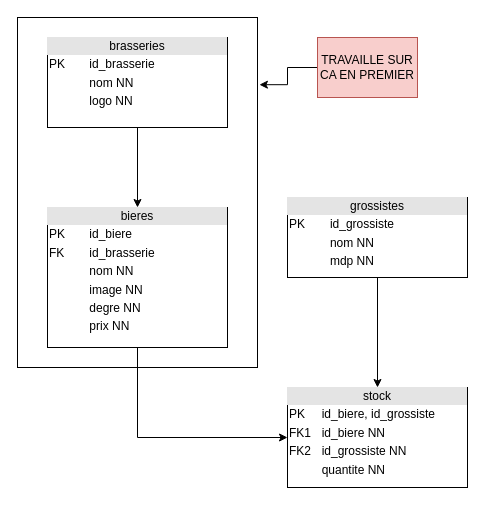
Before: page "DB" (4 of 4) of Analyse - gestion grasserie et grossiste.drawio in LucasLouies/HygieTest, a draw.io diagram. Source tidied: cells renumbered, new cells numbered last; positions are measured from the earlier drawing's top-left corner, leaving out a move shared by most shapes. Both pictures are drawn from the tidied source at 100%, with x=0, y=0 at pixel (17, 17).
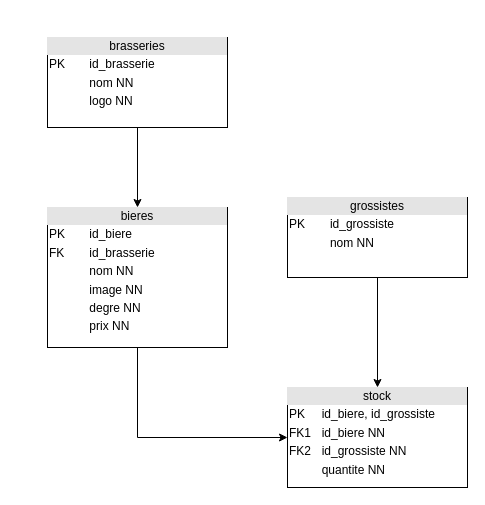
After the change.

What changed in the source:
```diff
@@
 <mxGraphModel>
   <root>
     <mxCell id="0" />
     <mxCell id="1" parent="0" />
-    <mxCell id="2" style="rounded=0;whiteSpace=wrap;html=1;" parent="1" vertex="1">
-      <mxGeometry width="240" height="350" as="geometry" />
-    </mxCell>
     <mxCell id="3" style="edgeStyle=orthogonalEdgeStyle;rounded=0;jettySize=auto;html=1;entryX=0;entryY=0.5;entryDx=0;entryDy=0;exitX=0.5;exitY=1;exitDx=0;exitDy=0;" parent="1" edge="1" source="4" target="9">
       <mxGeometry relative="1" as="geometry" />
     </mxCell>
     <mxCell id="4" value="&lt;div style=&quot;text-align: center; box-sizing: border-box; width: 100%; background: rgb(228, 228, 228); padding: 2px;&quot;&gt;bieres&lt;/div&gt;&lt;table style=&quot;width:100%;font-size:1em;&quot; cellpadding=&quot;2&quot; cellspacing=&quot;0&quot;&gt;&lt;tbody&gt;&lt;tr&gt;&lt;td&gt;PK&lt;/td&gt;&lt;td&gt;id_biere&lt;/td&gt;&lt;/tr&gt;&lt;tr&gt;&lt;td&gt;FK&lt;/td&gt;&lt;td&gt;id_brasserie&lt;/td&gt;&lt;/tr&gt;&lt;tr&gt;&lt;td&gt;&lt;br&gt;&lt;/td&gt;&lt;td&gt;nom NN&lt;/td&gt;&lt;/tr&gt;&lt;tr&gt;&lt;td&gt;&lt;/td&gt;&lt;td&gt;image NN&lt;/td&gt;&lt;/tr&gt;&lt;tr&gt;&lt;td&gt;&lt;br&gt;&lt;/td&gt;&lt;td&gt;degre NN&lt;/td&gt;&lt;/tr&gt;&lt;tr&gt;&lt;td&gt;&lt;br&gt;&lt;/td&gt;&lt;td&gt;prix NN&lt;/td&gt;&lt;/tr&gt;&lt;/tbody&gt;&lt;/table&gt;" style="verticalAlign=top;align=left;overflow=fill;html=1;" parent="1" vertex="1">
       <mxGeometry x="30" y="190" width="180" height="140" as="geometry" />
     </mxCell>
     <mxCell id="5" style="edgeStyle=orthogonalEdgeStyle;rounded=0;jettySize=auto;html=1;" parent="1" edge="1" source="6" target="9">
       <mxGeometry relative="1" as="geometry" />
     </mxCell>
-    <mxCell id="6" value="&lt;div style=&quot;text-align: center; box-sizing: border-box; width: 100%; background: rgb(228, 228, 228); padding: 2px;&quot;&gt;grossistes&lt;/div&gt;&lt;table style=&quot;width:100%;font-size:1em;&quot; cellpadding=&quot;2&quot; cellspacing=&quot;0&quot;&gt;&lt;tbody&gt;&lt;tr&gt;&lt;td&gt;PK&lt;/td&gt;&lt;td&gt;id_grossiste&lt;/td&gt;&lt;/tr&gt;&lt;tr&gt;&lt;td&gt;&lt;br&gt;&lt;/td&gt;&lt;td&gt;nom NN&lt;/td&gt;&lt;/tr&gt;&lt;tr&gt;&lt;td&gt;&lt;/td&gt;&lt;td&gt;mdp NN&lt;/td&gt;&lt;/tr&gt;&lt;/tbody&gt;&lt;/table&gt;" style="verticalAlign=top;align=left;overflow=fill;html=1;" parent="1" vertex="1">
+    <mxCell id="6" value="&lt;div style=&quot;text-align: center; box-sizing: border-box; width: 100%; background: rgb(228, 228, 228); padding: 2px;&quot;&gt;grossistes&lt;/div&gt;&lt;table style=&quot;width:100%;font-size:1em;&quot; cellpadding=&quot;2&quot; cellspacing=&quot;0&quot;&gt;&lt;tbody&gt;&lt;tr&gt;&lt;td&gt;PK&lt;/td&gt;&lt;td&gt;id_grossiste&lt;/td&gt;&lt;/tr&gt;&lt;tr&gt;&lt;td&gt;&lt;br&gt;&lt;/td&gt;&lt;td&gt;nom NN&lt;/td&gt;&lt;/tr&gt;&lt;/tbody&gt;&lt;/table&gt;" style="verticalAlign=top;align=left;overflow=fill;html=1;" parent="1" vertex="1">
       <mxGeometry x="270" y="180" width="180" height="80" as="geometry" />
     </mxCell>
     <mxCell id="7" style="edgeStyle=orthogonalEdgeStyle;rounded=0;jettySize=auto;html=1;entryX=0.5;entryY=0;entryDx=0;entryDy=0;" parent="1" edge="1" source="8" target="4">
       <mxGeometry relative="1" as="geometry" />
     </mxCell>
     <mxCell id="8" value="&lt;div style=&quot;text-align: center; box-sizing: border-box; width: 100%; background: rgb(228, 228, 228); padding: 2px;&quot;&gt;brasseries&lt;/div&gt;&lt;table style=&quot;width:100%;font-size:1em;&quot; cellpadding=&quot;2&quot; cellspacing=&quot;0&quot;&gt;&lt;tbody&gt;&lt;tr&gt;&lt;td&gt;PK&lt;/td&gt;&lt;td&gt;id_brasserie&lt;/td&gt;&lt;/tr&gt;&lt;tr&gt;&lt;td&gt;&lt;br&gt;&lt;/td&gt;&lt;td&gt;nom NN&lt;/td&gt;&lt;/tr&gt;&lt;tr&gt;&lt;td&gt;&lt;/td&gt;&lt;td&gt;logo NN&lt;/td&gt;&lt;/tr&gt;&lt;/tbody&gt;&lt;/table&gt;" style="verticalAlign=top;align=left;overflow=fill;html=1;" parent="1" vertex="1">
       <mxGeometry x="30" y="20" width="180" height="90" as="geometry" />
     </mxCell>
     <mxCell id="9" value="&lt;div style=&quot;text-align: center; box-sizing: border-box; width: 100%; background: rgb(228, 228, 228); padding: 2px;&quot;&gt;stock&lt;/div&gt;&lt;table style=&quot;width:100%;font-size:1em;&quot; cellpadding=&quot;2&quot; cellspacing=&quot;0&quot;&gt;&lt;tbody&gt;&lt;tr&gt;&lt;td&gt;PK&lt;/td&gt;&lt;td&gt;id_biere, id_grossiste&lt;/td&gt;&lt;/tr&gt;&lt;tr&gt;&lt;td&gt;FK1&lt;/td&gt;&lt;td&gt;id_biere NN&lt;/td&gt;&lt;/tr&gt;&lt;tr&gt;&lt;td&gt;FK2&lt;/td&gt;&lt;td&gt;id_grossiste NN&lt;br&gt;&lt;/td&gt;&lt;/tr&gt;&lt;tr&gt;&lt;td&gt;&lt;br&gt;&lt;/td&gt;&lt;td&gt;quantite NN&lt;/td&gt;&lt;/tr&gt;&lt;/tbody&gt;&lt;/table&gt;" style="verticalAlign=top;align=left;overflow=fill;html=1;" parent="1" vertex="1">
       <mxGeometry x="270" y="370" width="180" height="100" as="geometry" />
     </mxCell>
-    <mxCell id="10" style="edgeStyle=orthogonalEdgeStyle;rounded=0;jettySize=auto;html=1;entryX=1.008;entryY=0.192;entryDx=0;entryDy=0;entryPerimeter=0;" parent="1" edge="1" source="11" target="2">
-      <mxGeometry relative="1" as="geometry" />
-    </mxCell>
-    <mxCell id="11" value="TRAVAILLE SUR CA EN PREMIER" style="text;html=1;strokeColor=#b85450;fillColor=#f8cecc;align=center;verticalAlign=middle;whiteSpace=wrap;rounded=0;" parent="1" vertex="1">
-      <mxGeometry x="300" y="20" width="100" height="60" as="geometry" />
-    </mxCell>
   </root>
 </mxGraphModel>
```
